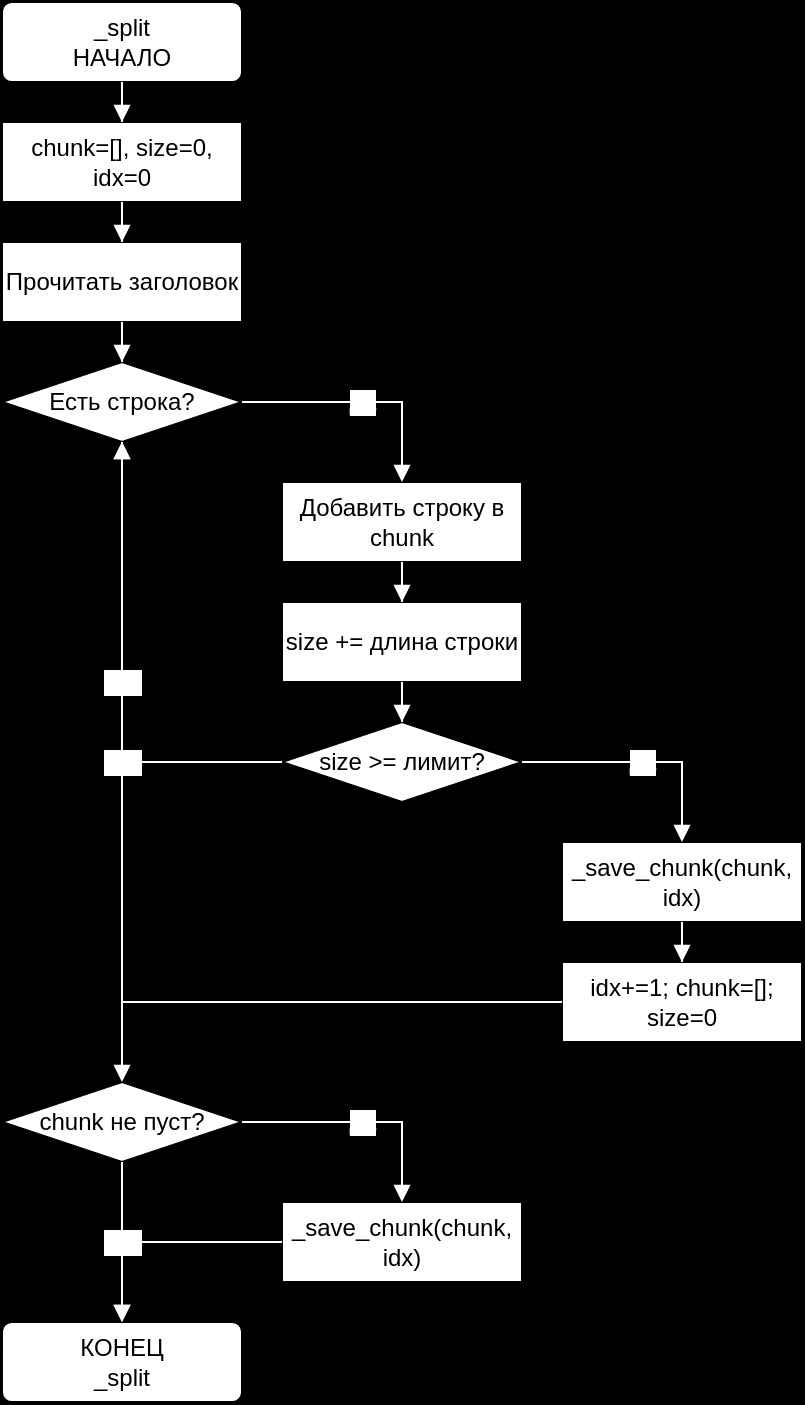
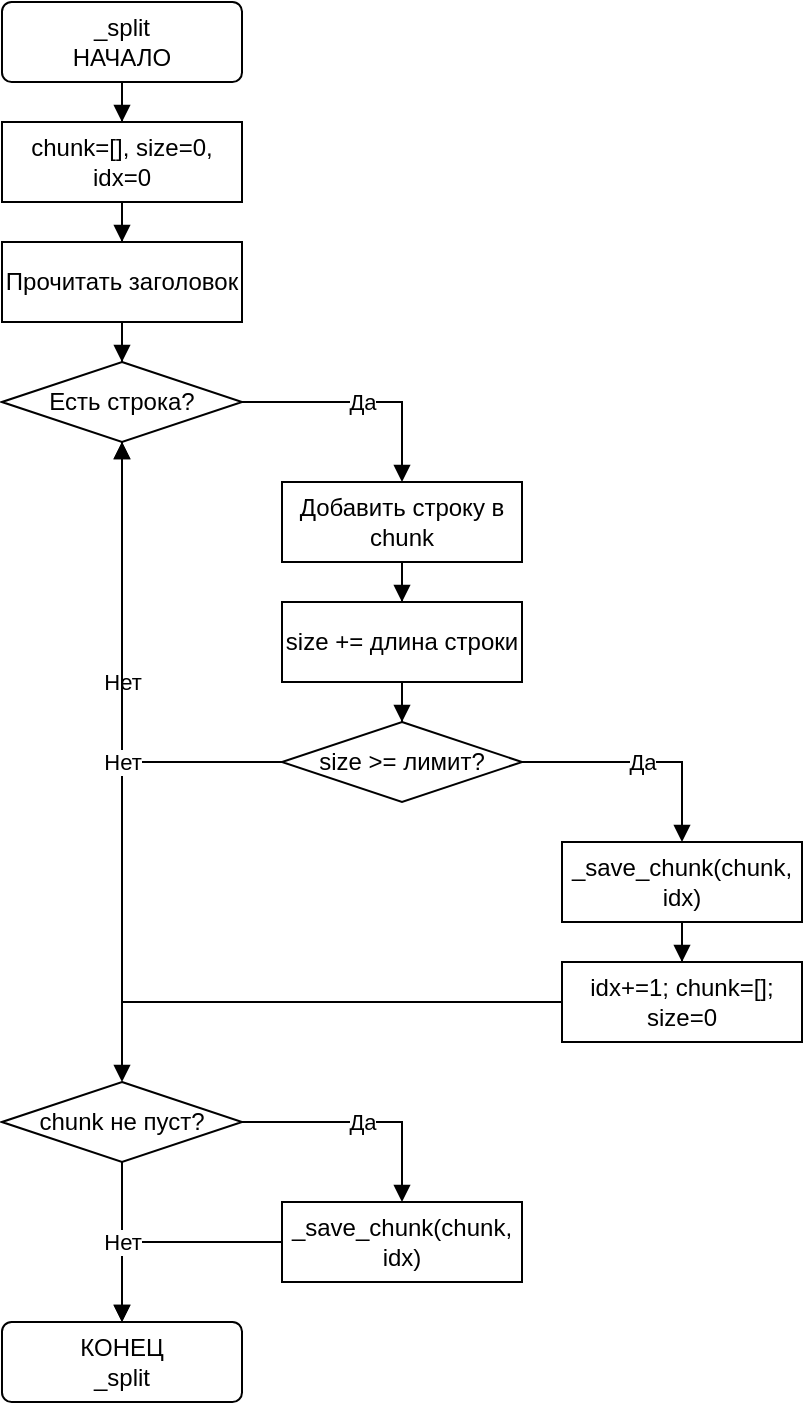
<mxfile host="Electron" version="29.6.1">
  <diagram name="Страница-1" id="d1">
-     <mxGraphModel dx="1400" dy="800" grid="1" gridSize="10" guides="1" tooltips="1" connect="1" arrows="1" fold="1" page="0" pageScale="1" pageWidth="827" pageHeight="1169" math="0" shadow="0" background="#000000">
+     <mxGraphModel dx="1400" dy="800" grid="1" gridSize="10" guides="1" tooltips="1" connect="1" arrows="1" fold="1" page="0" pageScale="1" pageWidth="827" pageHeight="1169" math="0" shadow="0" background="#ffffff">
      <root>
        <mxCell id="0" />
        <mxCell id="1" parent="0" />
        <mxCell id="a" value="&lt;div&gt;_split&lt;/div&gt;&lt;div&gt;НАЧАЛО&lt;/div&gt;" style="rounded=1;arcSize=12;whiteSpace=wrap;html=1;fillColor=#ffffff;strokeColor=#000000;fontColor=#000000;" vertex="1" parent="1"><mxGeometry x="160" y="0" width="120" height="40" as="geometry" /></mxCell>
        <mxCell id="p0" value="chunk=[], size=0, idx=0" style="rounded=0;whiteSpace=wrap;html=1;fillColor=#ffffff;strokeColor=#000000;fontColor=#000000;" vertex="1" parent="1"><mxGeometry x="160" y="60" width="120" height="40" as="geometry" /></mxCell>
        <mxCell id="p1" value="Прочитать заголовок" style="rounded=0;whiteSpace=wrap;html=1;fillColor=#ffffff;strokeColor=#000000;fontColor=#000000;" vertex="1" parent="1"><mxGeometry x="160" y="120" width="120" height="40" as="geometry" /></mxCell>
        <mxCell id="c1" value="Есть строка?" style="rhombus;whiteSpace=wrap;html=1;fillColor=#ffffff;strokeColor=#000000;fontColor=#000000;" vertex="1" parent="1"><mxGeometry x="160" y="180" width="120" height="40" as="geometry" /></mxCell>
        <mxCell id="b1" value="Добавить строку в chunk" style="rounded=0;whiteSpace=wrap;html=1;fillColor=#ffffff;strokeColor=#000000;fontColor=#000000;" vertex="1" parent="1"><mxGeometry x="300" y="240" width="120" height="40" as="geometry" /></mxCell>
        <mxCell id="b2" value="size += длина строки" style="rounded=0;whiteSpace=wrap;html=1;fillColor=#ffffff;strokeColor=#000000;fontColor=#000000;" vertex="1" parent="1"><mxGeometry x="300" y="300" width="120" height="40" as="geometry" /></mxCell>
        <mxCell id="c2" value="size &gt;= лимит?" style="rhombus;whiteSpace=wrap;html=1;fillColor=#ffffff;strokeColor=#000000;fontColor=#000000;" vertex="1" parent="1"><mxGeometry x="300" y="360" width="120" height="40" as="geometry" /></mxCell>
        <mxCell id="b3" value="_save_chunk(chunk, idx)" style="rounded=0;whiteSpace=wrap;html=1;fillColor=#ffffff;strokeColor=#000000;fontColor=#000000;" vertex="1" parent="1"><mxGeometry x="440" y="420" width="120" height="40" as="geometry" /></mxCell>
        <mxCell id="b4" value="idx+=1; chunk=[]; size=0" style="rounded=0;whiteSpace=wrap;html=1;fillColor=#ffffff;strokeColor=#000000;fontColor=#000000;" vertex="1" parent="1"><mxGeometry x="440" y="480" width="120" height="40" as="geometry" /></mxCell>
        <mxCell id="c3" value="chunk не пуст?" style="rhombus;whiteSpace=wrap;html=1;fillColor=#ffffff;strokeColor=#000000;fontColor=#000000;" vertex="1" parent="1"><mxGeometry x="160" y="540" width="120" height="40" as="geometry" /></mxCell>
        <mxCell id="p2" value="_save_chunk(chunk, idx)" style="rounded=0;whiteSpace=wrap;html=1;fillColor=#ffffff;strokeColor=#000000;fontColor=#000000;" vertex="1" parent="1"><mxGeometry x="300" y="600" width="120" height="40" as="geometry" /></mxCell>
        <mxCell id="e" value="&lt;div&gt;КОНЕЦ&lt;/div&gt;&lt;div&gt;_split&lt;/div&gt;" style="rounded=1;arcSize=12;whiteSpace=wrap;html=1;fillColor=#ffffff;strokeColor=#000000;fontColor=#000000;" vertex="1" parent="1"><mxGeometry x="160" y="660" width="120" height="40" as="geometry" /></mxCell>
-         <mxCell id="e0" value="" style="edgeStyle=orthogonalEdgeStyle;rounded=0;orthogonalLoop=1;jettySize=auto;html=1;endArrow=block;endFill=1;strokeColor=#ffffff;fontColor=#ffffff;" edge="1" parent="1" source="a" target="p0"><mxGeometry relative="1" as="geometry" /></mxCell>
-         <mxCell id="e1" value="" style="edgeStyle=orthogonalEdgeStyle;rounded=0;orthogonalLoop=1;jettySize=auto;html=1;endArrow=block;endFill=1;strokeColor=#ffffff;fontColor=#ffffff;" edge="1" parent="1" source="p0" target="p1"><mxGeometry relative="1" as="geometry" /></mxCell>
-         <mxCell id="e2" value="" style="edgeStyle=orthogonalEdgeStyle;rounded=0;orthogonalLoop=1;jettySize=auto;html=1;endArrow=block;endFill=1;strokeColor=#ffffff;fontColor=#ffffff;" edge="1" parent="1" source="p1" target="c1"><mxGeometry relative="1" as="geometry" /></mxCell>
-         <mxCell id="e3" value="Да" style="edgeStyle=orthogonalEdgeStyle;rounded=0;orthogonalLoop=1;jettySize=auto;html=1;endArrow=block;endFill=1;strokeColor=#ffffff;fontColor=#ffffff;" edge="1" parent="1" source="c1" target="b1"><mxGeometry relative="1" as="geometry" /></mxCell>
-         <mxCell id="e4" value="" style="edgeStyle=orthogonalEdgeStyle;rounded=0;orthogonalLoop=1;jettySize=auto;html=1;endArrow=block;endFill=1;strokeColor=#ffffff;fontColor=#ffffff;" edge="1" parent="1" source="b1" target="b2"><mxGeometry relative="1" as="geometry" /></mxCell>
-         <mxCell id="e5" value="" style="edgeStyle=orthogonalEdgeStyle;rounded=0;orthogonalLoop=1;jettySize=auto;html=1;endArrow=block;endFill=1;strokeColor=#ffffff;fontColor=#ffffff;" edge="1" parent="1" source="b2" target="c2"><mxGeometry relative="1" as="geometry" /></mxCell>
-         <mxCell id="e6" value="Да" style="edgeStyle=orthogonalEdgeStyle;rounded=0;orthogonalLoop=1;jettySize=auto;html=1;endArrow=block;endFill=1;strokeColor=#ffffff;fontColor=#ffffff;" edge="1" parent="1" source="c2" target="b3"><mxGeometry relative="1" as="geometry" /></mxCell>
-         <mxCell id="e7" value="" style="edgeStyle=orthogonalEdgeStyle;rounded=0;orthogonalLoop=1;jettySize=auto;html=1;endArrow=block;endFill=1;strokeColor=#ffffff;fontColor=#ffffff;" edge="1" parent="1" source="b3" target="b4"><mxGeometry relative="1" as="geometry" /></mxCell>
-         <mxCell id="e8" value="" style="edgeStyle=orthogonalEdgeStyle;rounded=0;orthogonalLoop=1;jettySize=auto;html=1;endArrow=block;endFill=1;strokeColor=#ffffff;fontColor=#ffffff;" edge="1" parent="1" source="b4" target="c1"><mxGeometry relative="1" as="geometry" /></mxCell>
-         <mxCell id="e9" value="Нет" style="edgeStyle=orthogonalEdgeStyle;rounded=0;orthogonalLoop=1;jettySize=auto;html=1;endArrow=block;endFill=1;strokeColor=#ffffff;fontColor=#ffffff;" edge="1" parent="1" source="c2" target="c1"><mxGeometry relative="1" as="geometry" /></mxCell>
-         <mxCell id="e10" value="Нет" style="edgeStyle=orthogonalEdgeStyle;rounded=0;orthogonalLoop=1;jettySize=auto;html=1;endArrow=block;endFill=1;strokeColor=#ffffff;fontColor=#ffffff;" edge="1" parent="1" source="c1" target="c3"><mxGeometry relative="1" as="geometry" /></mxCell>
-         <mxCell id="e11" value="Да" style="edgeStyle=orthogonalEdgeStyle;rounded=0;orthogonalLoop=1;jettySize=auto;html=1;endArrow=block;endFill=1;strokeColor=#ffffff;fontColor=#ffffff;" edge="1" parent="1" source="c3" target="p2"><mxGeometry relative="1" as="geometry" /></mxCell>
-         <mxCell id="e12" value="" style="edgeStyle=orthogonalEdgeStyle;rounded=0;orthogonalLoop=1;jettySize=auto;html=1;endArrow=block;endFill=1;strokeColor=#ffffff;fontColor=#ffffff;" edge="1" parent="1" source="p2" target="e"><mxGeometry relative="1" as="geometry" /></mxCell>
-         <mxCell id="e13" value="Нет" style="edgeStyle=orthogonalEdgeStyle;rounded=0;orthogonalLoop=1;jettySize=auto;html=1;endArrow=block;endFill=1;strokeColor=#ffffff;fontColor=#ffffff;" edge="1" parent="1" source="c3" target="e"><mxGeometry relative="1" as="geometry" /></mxCell>
+         <mxCell id="e0" value="" style="edgeStyle=orthogonalEdgeStyle;rounded=0;orthogonalLoop=1;jettySize=auto;html=1;endArrow=block;endFill=1;strokeColor=#000000;fontColor=#000000;" edge="1" parent="1" source="a" target="p0"><mxGeometry relative="1" as="geometry" /></mxCell>
+         <mxCell id="e1" value="" style="edgeStyle=orthogonalEdgeStyle;rounded=0;orthogonalLoop=1;jettySize=auto;html=1;endArrow=block;endFill=1;strokeColor=#000000;fontColor=#000000;" edge="1" parent="1" source="p0" target="p1"><mxGeometry relative="1" as="geometry" /></mxCell>
+         <mxCell id="e2" value="" style="edgeStyle=orthogonalEdgeStyle;rounded=0;orthogonalLoop=1;jettySize=auto;html=1;endArrow=block;endFill=1;strokeColor=#000000;fontColor=#000000;" edge="1" parent="1" source="p1" target="c1"><mxGeometry relative="1" as="geometry" /></mxCell>
+         <mxCell id="e3" value="Да" style="edgeStyle=orthogonalEdgeStyle;rounded=0;orthogonalLoop=1;jettySize=auto;html=1;endArrow=block;endFill=1;strokeColor=#000000;fontColor=#000000;" edge="1" parent="1" source="c1" target="b1"><mxGeometry relative="1" as="geometry" /></mxCell>
+         <mxCell id="e4" value="" style="edgeStyle=orthogonalEdgeStyle;rounded=0;orthogonalLoop=1;jettySize=auto;html=1;endArrow=block;endFill=1;strokeColor=#000000;fontColor=#000000;" edge="1" parent="1" source="b1" target="b2"><mxGeometry relative="1" as="geometry" /></mxCell>
+         <mxCell id="e5" value="" style="edgeStyle=orthogonalEdgeStyle;rounded=0;orthogonalLoop=1;jettySize=auto;html=1;endArrow=block;endFill=1;strokeColor=#000000;fontColor=#000000;" edge="1" parent="1" source="b2" target="c2"><mxGeometry relative="1" as="geometry" /></mxCell>
+         <mxCell id="e6" value="Да" style="edgeStyle=orthogonalEdgeStyle;rounded=0;orthogonalLoop=1;jettySize=auto;html=1;endArrow=block;endFill=1;strokeColor=#000000;fontColor=#000000;" edge="1" parent="1" source="c2" target="b3"><mxGeometry relative="1" as="geometry" /></mxCell>
+         <mxCell id="e7" value="" style="edgeStyle=orthogonalEdgeStyle;rounded=0;orthogonalLoop=1;jettySize=auto;html=1;endArrow=block;endFill=1;strokeColor=#000000;fontColor=#000000;" edge="1" parent="1" source="b3" target="b4"><mxGeometry relative="1" as="geometry" /></mxCell>
+         <mxCell id="e8" value="" style="edgeStyle=orthogonalEdgeStyle;rounded=0;orthogonalLoop=1;jettySize=auto;html=1;endArrow=block;endFill=1;strokeColor=#000000;fontColor=#000000;" edge="1" parent="1" source="b4" target="c1"><mxGeometry relative="1" as="geometry" /></mxCell>
+         <mxCell id="e9" value="Нет" style="edgeStyle=orthogonalEdgeStyle;rounded=0;orthogonalLoop=1;jettySize=auto;html=1;endArrow=block;endFill=1;strokeColor=#000000;fontColor=#000000;" edge="1" parent="1" source="c2" target="c1"><mxGeometry relative="1" as="geometry" /></mxCell>
+         <mxCell id="e10" value="Нет" style="edgeStyle=orthogonalEdgeStyle;rounded=0;orthogonalLoop=1;jettySize=auto;html=1;endArrow=block;endFill=1;strokeColor=#000000;fontColor=#000000;" edge="1" parent="1" source="c1" target="c3"><mxGeometry relative="1" as="geometry" /></mxCell>
+         <mxCell id="e11" value="Да" style="edgeStyle=orthogonalEdgeStyle;rounded=0;orthogonalLoop=1;jettySize=auto;html=1;endArrow=block;endFill=1;strokeColor=#000000;fontColor=#000000;" edge="1" parent="1" source="c3" target="p2"><mxGeometry relative="1" as="geometry" /></mxCell>
+         <mxCell id="e12" value="" style="edgeStyle=orthogonalEdgeStyle;rounded=0;orthogonalLoop=1;jettySize=auto;html=1;endArrow=block;endFill=1;strokeColor=#000000;fontColor=#000000;" edge="1" parent="1" source="p2" target="e"><mxGeometry relative="1" as="geometry" /></mxCell>
+         <mxCell id="e13" value="Нет" style="edgeStyle=orthogonalEdgeStyle;rounded=0;orthogonalLoop=1;jettySize=auto;html=1;endArrow=block;endFill=1;strokeColor=#000000;fontColor=#000000;" edge="1" parent="1" source="c3" target="e"><mxGeometry relative="1" as="geometry" /></mxCell>
      </root>
    </mxGraphModel>
  </diagram>
</mxfile>